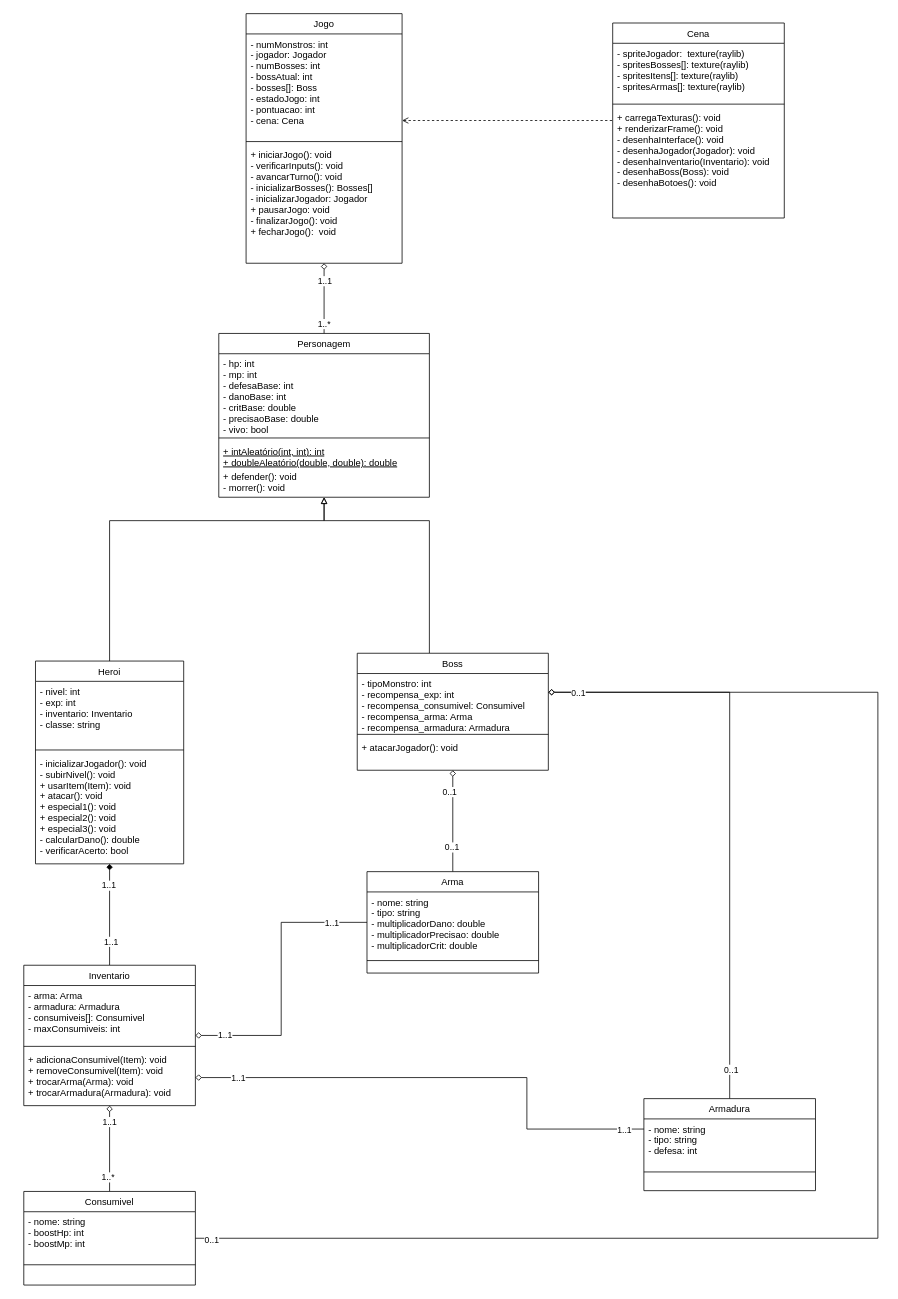
Before: docs/diagrama.drawio in Wlisk/tcp-trabalho-final, a draw.io diagram. Source tidied: cells renumbered, new cells numbered last; positions are measured from the earlier drawing's top-left corner, leaving out a move shared by most shapes. Both pictures are drawn from the tidied source at 78%, with x=0, y=0 at pixel (23, 13).
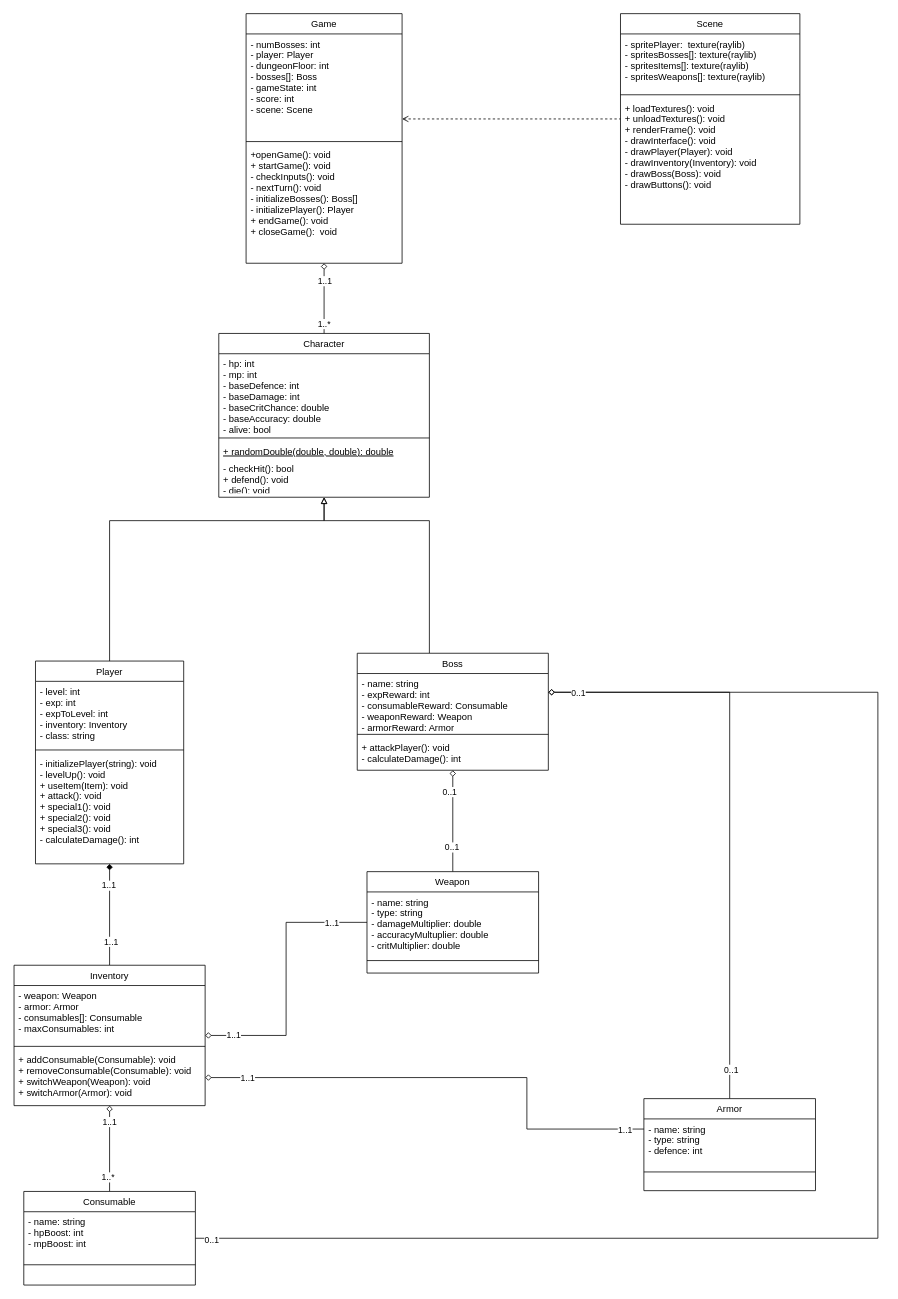
Above is the later version.

Commit message (it also covers changes not shown here):
[add] diagrama de classes atualizado e descrição

The change refers to these unchanged cells:
```xml
<mxCell id="28" value="Boss" style="swimlane;fontStyle=0;align=center;verticalAlign=top;horizontal=1;startSize=26;rounded=0;shadow=0;strokeWidth=1;" parent="1" vertex="1">
  <mxGeometry x="427.5" y="820" width="245" height="150" as="geometry" />
</mxCell>
```

What changed in the source:
```diff
@@
-    <mxCell id="5" value="Jogo" style="swimlane;fontStyle=0;align=center;verticalAlign=top;horizontal=1;startSize=26;rounded=0;shadow=0;strokeWidth=1;" parent="1" vertex="1">
+    <mxCell id="5" value="Game" style="swimlane;fontStyle=0;align=center;verticalAlign=top;horizontal=1;startSize=26;rounded=0;shadow=0;strokeWidth=1;" parent="1" vertex="1">
       <mxGeometry x="285" width="200" height="320" as="geometry" />
     </mxCell>
-    <mxCell id="6" value="- numMonstros: int&#10;- jogador: Jogador&#10;- numBosses: int&#10;- bossAtual: int&#10;- bosses[]: Boss&#10;- estadoJogo: int&#10;- pontuacao: int&#10;- cena: Cena" style="text;align=left;verticalAlign=top;spacingLeft=4;spacingRight=4;overflow=hidden;" parent="5" vertex="1">
+    <mxCell id="6" value="- numBosses: int&#10;- player: Player&#10;- dungeonFloor: int&#10;- bosses[]: Boss&#10;- gameState: int&#10;- score: int&#10;- scene: Scene" style="text;align=left;verticalAlign=top;spacingLeft=4;spacingRight=4;overflow=hidden;" parent="5" vertex="1">
       <mxGeometry y="26" width="200" height="134" as="geometry" />
     </mxCell>
@@
-    <mxCell id="8" value="+ iniciarJogo(): void&#10;- verificarInputs(): void&#10;- avancarTurno(): void&#10;- inicializarBosses(): Bosses[]&#10;- inicializarJogador: Jogador&#10;+ pausarJogo: void&#10;- finalizarJogo(): void&#10;+ fecharJogo():  void" style="text;align=left;verticalAlign=top;spacingLeft=4;spacingRight=4;overflow=hidden;" parent="5" vertex="1">
+    <mxCell id="8" value="+openGame(): void&#10;+ startGame(): void&#10;- checkInputs(): void&#10;- nextTurn(): void&#10;- initializeBosses(): Boss[]&#10;- initializePlayer(): Player&#10;+ endGame(): void&#10;+ closeGame():  void" style="text;align=left;verticalAlign=top;spacingLeft=4;spacingRight=4;overflow=hidden;" parent="5" vertex="1">
       <mxGeometry y="168" width="200" height="152" as="geometry" />
     </mxCell>
@@
-    <mxCell id="12" value="Heroi" style="swimlane;fontStyle=0;align=center;verticalAlign=top;horizontal=1;startSize=26;rounded=0;shadow=0;strokeWidth=1;" parent="1" vertex="1">
+    <mxCell id="12" value="Player" style="swimlane;fontStyle=0;align=center;verticalAlign=top;horizontal=1;startSize=26;rounded=0;shadow=0;strokeWidth=1;" parent="1" vertex="1">
       <mxGeometry x="15" y="830" width="190" height="260" as="geometry" />
     </mxCell>
-    <mxCell id="13" value="- nivel: int&#10;- exp: int&#10;- inventario: Inventario&#10;- classe: string" style="text;align=left;verticalAlign=top;spacingLeft=4;spacingRight=4;overflow=hidden;" parent="12" vertex="1">
+    <mxCell id="13" value="- level: int&#10;- exp: int&#10;- expToLevel: int&#10;- inventory: Inventory&#10;- class: string" style="text;align=left;verticalAlign=top;spacingLeft=4;spacingRight=4;overflow=hidden;" parent="12" vertex="1">
       <mxGeometry y="26" width="190" height="84" as="geometry" />
     </mxCell>
@@
-    <mxCell id="15" value="- inicializarJogador(): void&#10;- subirNivel(): void&#10;+ usarItem(Item): void&#10;+ atacar(): void&#10;+ especial1(): void&#10;+ especial2(): void&#10;+ especial3(): void&#10;- calcularDano(): double&#10;- verificarAcerto: bool" style="text;align=left;verticalAlign=top;spacingLeft=4;spacingRight=4;overflow=hidden;" parent="12" vertex="1">
+    <mxCell id="15" value="- initializePlayer(string): void&#10;- levelUp(): void&#10;+ useItem(Item): void&#10;+ attack(): void&#10;+ special1(): void&#10;+ special2(): void&#10;+ special3(): void&#10;- calculateDamage(): int" style="text;align=left;verticalAlign=top;spacingLeft=4;spacingRight=4;overflow=hidden;" parent="12" vertex="1">
       <mxGeometry y="118" width="190" height="132" as="geometry" />
     </mxCell>
-    <mxCell id="16" value="Cena" style="swimlane;fontStyle=0;align=center;verticalAlign=top;horizontal=1;startSize=26;rounded=0;shadow=0;strokeWidth=1;" parent="1" vertex="1">
-      <mxGeometry x="755" y="12" width="220" height="250" as="geometry" />
+    <mxCell id="16" value="Scene" style="swimlane;fontStyle=0;align=center;verticalAlign=top;horizontal=1;startSize=26;rounded=0;shadow=0;strokeWidth=1;" parent="1" vertex="1">
+      <mxGeometry x="765" width="230" height="270" as="geometry" />
     </mxCell>
-    <mxCell id="17" value="- spriteJogador:  texture(raylib)&#10;- spritesBosses[]: texture(raylib)&#10;- spritesItens[]: texture(raylib)&#10;- spritesArmas[]: texture(raylib)" style="text;align=left;verticalAlign=top;spacingLeft=4;spacingRight=4;overflow=hidden;" parent="16" vertex="1">
-      <mxGeometry y="26" width="220" height="74" as="geometry" />
+    <mxCell id="17" value="- spritePlayer:  texture(raylib)&#10;- spritesBosses[]: texture(raylib)&#10;- spritesItems[]: texture(raylib)&#10;- spritesWeapons[]: texture(raylib)" style="text;align=left;verticalAlign=top;spacingLeft=4;spacingRight=4;overflow=hidden;" parent="16" vertex="1">
+      <mxGeometry y="26" width="230" height="74" as="geometry" />
     </mxCell>
     <mxCell id="18" style="line;html=1;strokeWidth=1;align=left;verticalAlign=middle;spacingTop=-1;spacingLeft=3;spacingRight=3;labelPosition=right;" parent="16" vertex="1">
-      <mxGeometry y="100" width="220" height="8" as="geometry" />
+      <mxGeometry y="100" width="230" height="8" as="geometry" />
     </mxCell>
-    <mxCell id="19" value="+ carregaTexturas(): void&#10;+ renderizarFrame(): void&#10;- desenhaInterface(): void&#10;- desenhaJogador(Jogador): void&#10;- desenhaInventario(Inventario): void&#10;- desenhaBoss(Boss): void&#10;- desenhaBotoes(): void" style="text;align=left;verticalAlign=top;spacingLeft=4;spacingRight=4;overflow=hidden;" parent="16" vertex="1">
-      <mxGeometry y="108" width="220" height="142" as="geometry" />
+    <mxCell id="19" value="+ loadTextures(): void&#10;+ unloadTextures(): void&#10;+ renderFrame(): void&#10;- drawInterface(): void&#10;- drawPlayer(Player): void&#10;- drawInventory(Inventory): void&#10;- drawBoss(Boss): void&#10;- drawButtons(): void" style="text;align=left;verticalAlign=top;spacingLeft=4;spacingRight=4;overflow=hidden;" parent="16" vertex="1">
+      <mxGeometry y="108" width="230" height="162" as="geometry" />
     </mxCell>
@@
-    <mxCell id="23" value="Personagem" style="swimlane;fontStyle=0;align=center;verticalAlign=top;horizontal=1;startSize=26;rounded=0;shadow=0;strokeWidth=1;" parent="1" vertex="1">
+    <mxCell id="23" value="Character" style="swimlane;fontStyle=0;align=center;verticalAlign=top;horizontal=1;startSize=26;rounded=0;shadow=0;strokeWidth=1;" parent="1" vertex="1">
       <mxGeometry x="250" y="410" width="270" height="210" as="geometry" />
     </mxCell>
-    <mxCell id="24" value="- hp: int&#10;- mp: int&#10;- defesaBase: int&#10;- danoBase: int&#10;- critBase: double&#10;- precisaoBase: double&#10;- vivo: bool" style="text;align=left;verticalAlign=top;spacingLeft=4;spacingRight=4;overflow=hidden;" parent="23" vertex="1">
+    <mxCell id="24" value="- hp: int&#10;- mp: int&#10;- baseDefence: int&#10;- baseDamage: int&#10;- baseCritChance: double&#10;- baseAccuracy: double&#10;- alive: bool" style="text;align=left;verticalAlign=top;spacingLeft=4;spacingRight=4;overflow=hidden;" parent="23" vertex="1">
       <mxGeometry y="26" width="270" height="104" as="geometry" />
     </mxCell>
@@
-    <mxCell id="26" value="+ intAleatório(int, int): int&#10;+ doubleAleatório(double, double): double" style="text;align=left;verticalAlign=top;spacingLeft=4;spacingRight=4;overflow=hidden;fontStyle=4;" parent="23" vertex="1">
-      <mxGeometry y="138" width="270" height="32" as="geometry" />
+    <mxCell id="26" value="+ randomDouble(double, double): double" style="text;align=left;verticalAlign=top;spacingLeft=4;spacingRight=4;overflow=hidden;fontStyle=4;" parent="23" vertex="1">
+      <mxGeometry y="138" width="270" height="22" as="geometry" />
     </mxCell>
-    <mxCell id="27" value="+ defender(): void&#10;- morrer(): void" style="text;align=left;verticalAlign=top;spacingLeft=4;spacingRight=4;overflow=hidden;fontStyle=0;" parent="23" vertex="1">
-      <mxGeometry y="170" width="270" height="40" as="geometry" />
+    <mxCell id="27" value="- checkHit(): bool&#10;+ defend(): void&#10;- die(): void" style="text;align=left;verticalAlign=top;spacingLeft=4;spacingRight=4;overflow=hidden;fontStyle=0;" parent="23" vertex="1">
+      <mxGeometry y="160" width="270" height="40" as="geometry" />
     </mxCell>
@@
-    <mxCell id="29" value="- tipoMonstro: int&#10;- recompensa_exp: int&#10;- recompensa_consumivel: Consumivel&#10;- recompensa_arma: Arma&#10;- recompensa_armadura: Armadura" style="text;align=left;verticalAlign=top;spacingLeft=4;spacingRight=4;overflow=hidden;" parent="28" vertex="1">
+    <mxCell id="29" value="- name: string&#10;- expReward: int&#10;- consumableReward: Consumable&#10;- weaponReward: Weapon&#10;- armorReward: Armor" style="text;align=left;verticalAlign=top;spacingLeft=4;spacingRight=4;overflow=hidden;" parent="28" vertex="1">
       <mxGeometry y="26" width="245" height="74" as="geometry" />
     </mxCell>
@@
-    <mxCell id="31" value="+ atacarJogador(): void" style="text;align=left;verticalAlign=top;spacingLeft=4;spacingRight=4;overflow=hidden;" parent="28" vertex="1">
+    <mxCell id="31" value="+ attackPlayer(): void&#10;- calculateDamage(): int" style="text;align=left;verticalAlign=top;spacingLeft=4;spacingRight=4;overflow=hidden;" parent="28" vertex="1">
       <mxGeometry y="108" width="245" height="32" as="geometry" />
     </mxCell>
@@
-    <mxCell id="35" value="Arma" style="swimlane;fontStyle=0;align=center;verticalAlign=top;horizontal=1;startSize=26;rounded=0;shadow=0;strokeWidth=1;" parent="1" vertex="1">
+    <mxCell id="35" value="Weapon" style="swimlane;fontStyle=0;align=center;verticalAlign=top;horizontal=1;startSize=26;rounded=0;shadow=0;strokeWidth=1;" parent="1" vertex="1">
       <mxGeometry x="440" y="1100" width="220" height="130" as="geometry" />
     </mxCell>
-    <mxCell id="36" value="- nome: string&#10;- tipo: string&#10;- multiplicadorDano: double&#10;- multiplicadorPrecisao: double&#10;- multiplicadorCrit: double" style="text;align=left;verticalAlign=top;spacingLeft=4;spacingRight=4;overflow=hidden;" parent="35" vertex="1">
+    <mxCell id="36" value="- name: string&#10;- type: string&#10;- damageMultiplier: double&#10;- accuracyMultuplier: double&#10;- critMultiplier: double" style="text;align=left;verticalAlign=top;spacingLeft=4;spacingRight=4;overflow=hidden;" parent="35" vertex="1">
       <mxGeometry y="26" width="220" height="84" as="geometry" />
     </mxCell>
@@
-    <mxCell id="44" value="Inventario" style="swimlane;fontStyle=0;align=center;verticalAlign=top;horizontal=1;startSize=26;rounded=0;shadow=0;strokeWidth=1;" parent="1" vertex="1">
-      <mxGeometry y="1220" width="220" height="180" as="geometry" />
+    <mxCell id="44" value="Inventory" style="swimlane;fontStyle=0;align=center;verticalAlign=top;horizontal=1;startSize=26;rounded=0;shadow=0;strokeWidth=1;" parent="1" vertex="1">
+      <mxGeometry x="-12.5" y="1220" width="245" height="180" as="geometry" />
     </mxCell>
-    <mxCell id="45" value="- arma: Arma&#10;- armadura: Armadura&#10;- consumiveis[]: Consumivel&#10;- maxConsumiveis: int" style="text;align=left;verticalAlign=top;spacingLeft=4;spacingRight=4;overflow=hidden;" parent="44" vertex="1">
-      <mxGeometry y="26" width="220" height="74" as="geometry" />
+    <mxCell id="45" value="- weapon: Weapon&#10;- armor: Armor&#10;- consumables[]: Consumable&#10;- maxConsumables: int" style="text;align=left;verticalAlign=top;spacingLeft=4;spacingRight=4;overflow=hidden;" parent="44" vertex="1">
+      <mxGeometry y="26" width="245" height="74" as="geometry" />
     </mxCell>
     <mxCell id="46" style="line;html=1;strokeWidth=1;align=left;verticalAlign=middle;spacingTop=-1;spacingLeft=3;spacingRight=3;labelPosition=right;" parent="44" vertex="1">
-      <mxGeometry y="100" width="220" height="8" as="geometry" />
+      <mxGeometry y="100" width="245" height="8" as="geometry" />
     </mxCell>
-    <mxCell id="47" value="+ adicionaConsumivel(Item): void&#10;+ removeConsumivel(Item): void&#10;+ trocarArma(Arma): void&#10;+ trocarArmadura(Armadura): void&#10;" style="text;align=left;verticalAlign=top;spacingLeft=4;spacingRight=4;overflow=hidden;points=[[0,0.5],[1,0.5]];portConstraint=eastwest;" parent="44" vertex="1">
-      <mxGeometry y="108" width="220" height="72" as="geometry" />
+    <mxCell id="47" value="+ addConsumable(Consumable): void&#10;+ removeConsumable(Consumable): void&#10;+ switchWeapon(Weapon): void&#10;+ switchArmor(Armor): void&#10;" style="text;align=left;verticalAlign=top;spacingLeft=4;spacingRight=4;overflow=hidden;points=[[0,0.5],[1,0.5]];portConstraint=eastwest;" parent="44" vertex="1">
+      <mxGeometry y="108" width="245" height="72" as="geometry" />
     </mxCell>
@@
-    <mxCell id="50" value="Consumivel" style="swimlane;fontStyle=0;align=center;verticalAlign=top;horizontal=1;startSize=26;rounded=0;shadow=0;strokeWidth=1;" parent="1" vertex="1">
+    <mxCell id="50" value="Consumable" style="swimlane;fontStyle=0;align=center;verticalAlign=top;horizontal=1;startSize=26;rounded=0;shadow=0;strokeWidth=1;" parent="1" vertex="1">
       <mxGeometry y="1510" width="220" height="120" as="geometry" />
     </mxCell>
-    <mxCell id="51" value="- nome: string&#10;- boostHp: int&#10;- boostMp: int" style="text;align=left;verticalAlign=top;spacingLeft=4;spacingRight=4;overflow=hidden;" parent="50" vertex="1">
+    <mxCell id="51" value="- name: string&#10;- hpBoost: int&#10;- mpBoost: int" style="text;align=left;verticalAlign=top;spacingLeft=4;spacingRight=4;overflow=hidden;" parent="50" vertex="1">
       <mxGeometry y="26" width="220" height="64" as="geometry" />
     </mxCell>
@@
-    <mxCell id="59" value="Armadura" style="swimlane;fontStyle=0;align=center;verticalAlign=top;horizontal=1;startSize=26;rounded=0;shadow=0;strokeWidth=1;" parent="1" vertex="1">
+    <mxCell id="59" value="Armor" style="swimlane;fontStyle=0;align=center;verticalAlign=top;horizontal=1;startSize=26;rounded=0;shadow=0;strokeWidth=1;" parent="1" vertex="1">
       <mxGeometry x="795" y="1391" width="220" height="118" as="geometry" />
     </mxCell>
-    <mxCell id="60" value="- nome: string&#10;- tipo: string&#10;- defesa: int" style="text;align=left;verticalAlign=top;spacingLeft=4;spacingRight=4;overflow=hidden;" parent="59" vertex="1">
+    <mxCell id="60" value="- name: string&#10;- type: string&#10;- defence: int" style="text;align=left;verticalAlign=top;spacingLeft=4;spacingRight=4;overflow=hidden;" parent="59" vertex="1">
       <mxGeometry y="26" width="220" height="64" as="geometry" />
     </mxCell>
```
